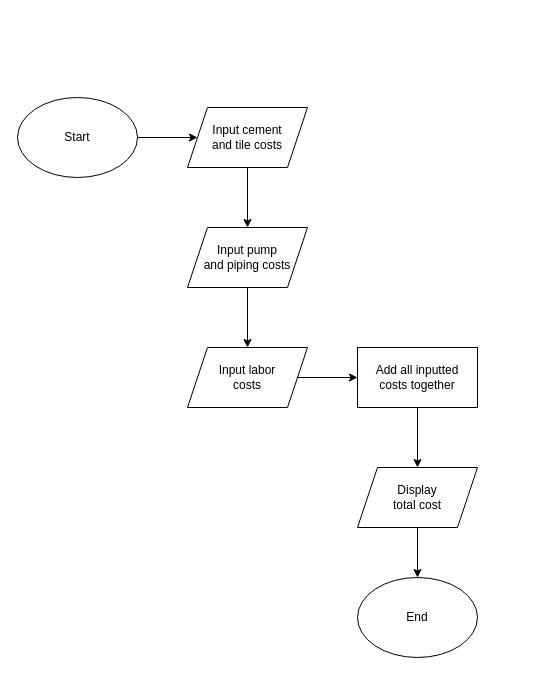
Before: C++/Fundamentals/1. Simple Calculators/4. Pool Cost/swimmingPoolCostFlowchart.drawio in darioGerussi/exploration, a draw.io diagram. Source tidied: cells renumbered, new cells numbered last; positions are measured from the earlier drawing's top-left corner, leaving out a move shared by most shapes. Both pictures are drawn from the tidied source at 100%, with x=0, y=0 at pixel (17, 97).
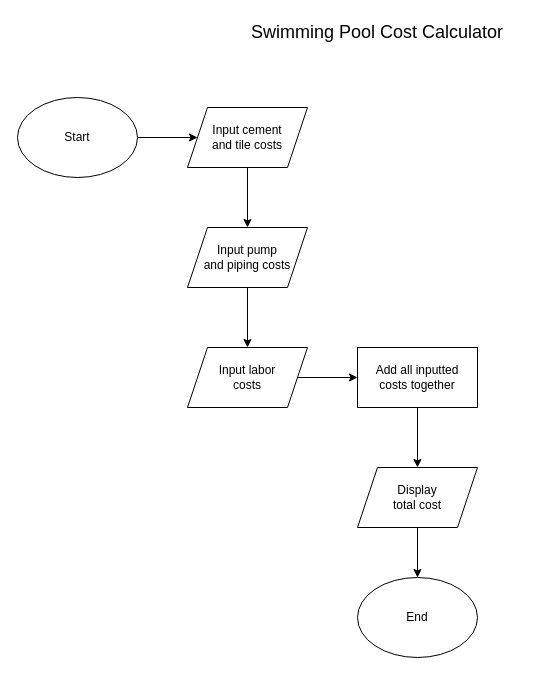
After the change.

What changed in the source:
```diff
@@
 <mxGraphModel>
   <root>
     <mxCell id="0" />
     <mxCell id="1" parent="0" />
     <mxCell id="2" style="edgeStyle=none;html=1;entryX=0;entryY=0.5;entryDx=0;entryDy=0;" parent="1" edge="1" source="3" target="5">
       <mxGeometry relative="1" as="geometry" />
     </mxCell>
     <mxCell id="3" value="Start" style="ellipse;whiteSpace=wrap;html=1;" parent="1" vertex="1">
       <mxGeometry width="120" height="80" as="geometry" />
     </mxCell>
     <mxCell id="4" style="edgeStyle=none;html=1;entryX=0.5;entryY=0;entryDx=0;entryDy=0;" parent="1" edge="1" source="5" target="7">
       <mxGeometry relative="1" as="geometry" />
     </mxCell>
     <mxCell id="5" value="Input cement&lt;br&gt;and tile costs" style="shape=parallelogram;perimeter=parallelogramPerimeter;whiteSpace=wrap;html=1;fixedSize=1;" parent="1" vertex="1">
       <mxGeometry x="170" y="10" width="120" height="60" as="geometry" />
     </mxCell>
     <mxCell id="6" style="edgeStyle=none;html=1;entryX=0.5;entryY=0;entryDx=0;entryDy=0;" parent="1" edge="1" source="7" target="9">
       <mxGeometry relative="1" as="geometry" />
     </mxCell>
     <mxCell id="7" value="Input pump&lt;br&gt;and piping costs" style="shape=parallelogram;perimeter=parallelogramPerimeter;whiteSpace=wrap;html=1;fixedSize=1;" parent="1" vertex="1">
       <mxGeometry x="170" y="130" width="120" height="60" as="geometry" />
     </mxCell>
     <mxCell id="8" style="edgeStyle=none;html=1;entryX=0;entryY=0.5;entryDx=0;entryDy=0;" parent="1" edge="1" source="9" target="11">
       <mxGeometry relative="1" as="geometry" />
     </mxCell>
     <mxCell id="9" value="Input labor&lt;br&gt;costs" style="shape=parallelogram;perimeter=parallelogramPerimeter;whiteSpace=wrap;html=1;fixedSize=1;" parent="1" vertex="1">
       <mxGeometry x="170" y="250" width="120" height="60" as="geometry" />
     </mxCell>
     <mxCell id="10" style="edgeStyle=none;html=1;entryX=0.5;entryY=0;entryDx=0;entryDy=0;" parent="1" edge="1" source="11" target="13">
       <mxGeometry relative="1" as="geometry" />
     </mxCell>
     <mxCell id="11" value="Add all inputted&lt;br&gt;costs together" style="rounded=0;whiteSpace=wrap;html=1;" parent="1" vertex="1">
       <mxGeometry x="340" y="250" width="120" height="60" as="geometry" />
     </mxCell>
     <mxCell id="12" style="edgeStyle=none;html=1;entryX=0.5;entryY=0;entryDx=0;entryDy=0;" parent="1" edge="1" source="13" target="14">
       <mxGeometry relative="1" as="geometry" />
     </mxCell>
     <mxCell id="13" value="Display&lt;br&gt;total cost" style="shape=parallelogram;perimeter=parallelogramPerimeter;whiteSpace=wrap;html=1;fixedSize=1;" parent="1" vertex="1">
       <mxGeometry x="340" y="370" width="120" height="60" as="geometry" />
     </mxCell>
     <mxCell id="14" value="End" style="ellipse;whiteSpace=wrap;html=1;" parent="1" vertex="1">
       <mxGeometry x="340" y="480" width="120" height="80" as="geometry" />
     </mxCell>
+    <mxCell id="15" value="&lt;font style=&quot;font-size: 18px&quot;&gt;Swimming Pool Cost Calculator&lt;/font&gt;" style="text;html=1;strokeColor=none;fillColor=none;align=center;verticalAlign=middle;whiteSpace=wrap;rounded=0;" parent="1" vertex="1">
+      <mxGeometry x="200" y="-80" width="320" height="30" as="geometry" />
+    </mxCell>
   </root>
 </mxGraphModel>
```
